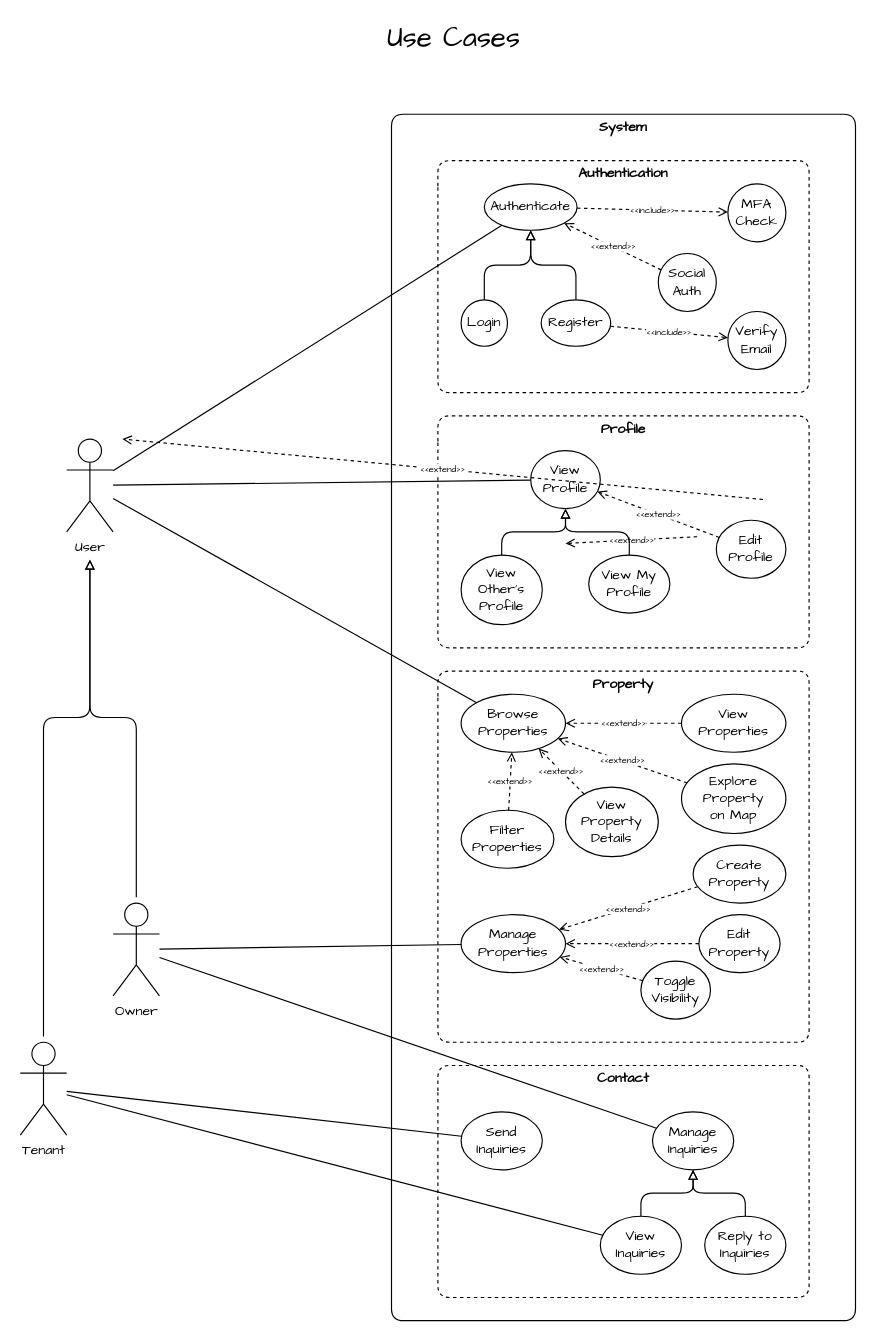
Earlier version of the draw.io diagram page "UC" (1 of 4) of docs/architecture/architecture.drawio (agile-factory/kernel). Source tidied: cells renumbered, new cells numbered last; positions are measured from the earlier drawing's top-left corner, leaving out a move shared by most shapes. Both pictures are drawn from the tidied source at 116%, with x=0, y=0 at pixel (20, 21).
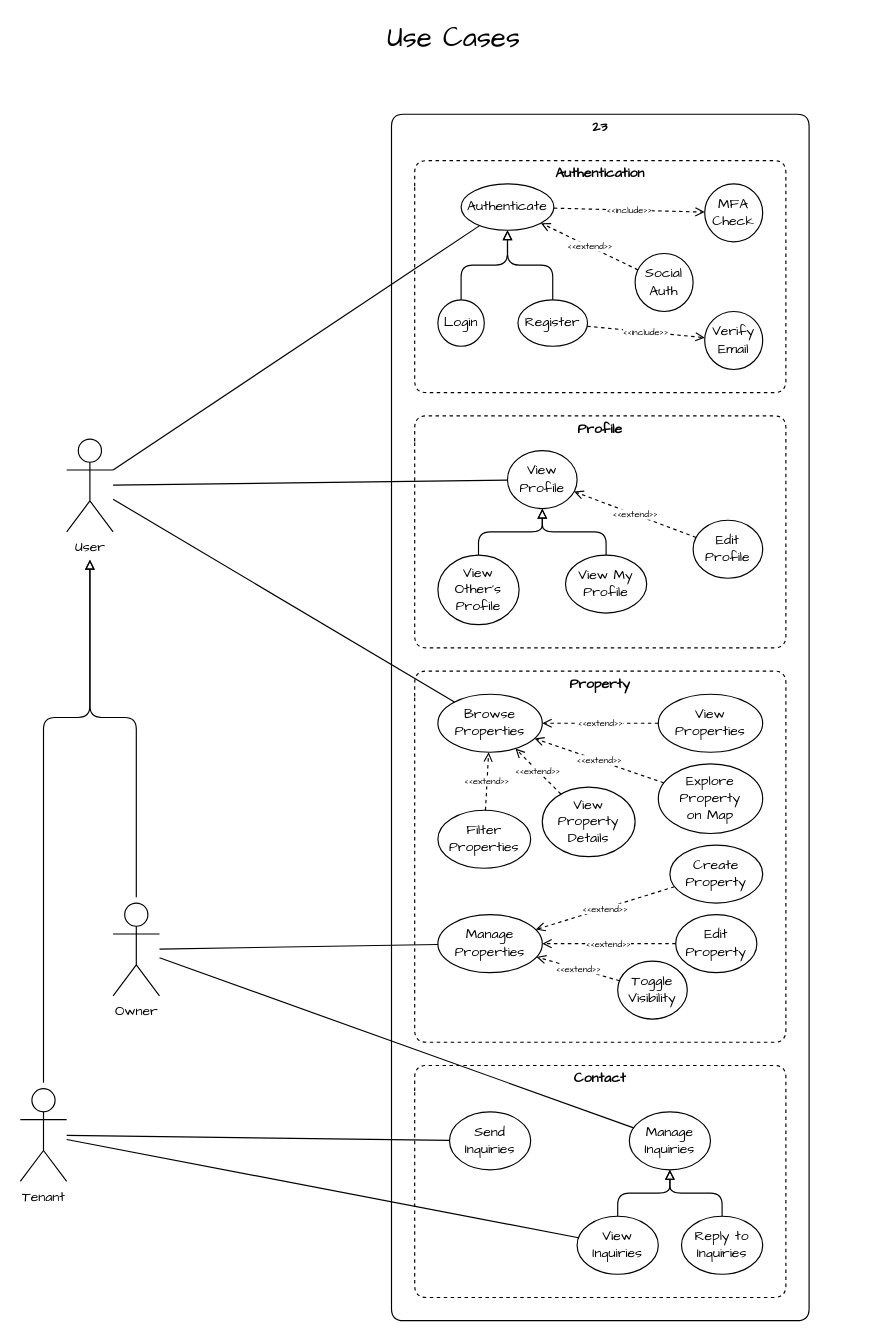
The same diagram, later.

The change refers to these unchanged cells:
```xml
<mxCell id="4" value="Authenticate" style="ellipse;whiteSpace=wrap;html=1;fontFamily=Architects Daughter;" parent="3" vertex="1">
  <mxGeometry x="40" y="20" width="80" height="40" as="geometry" />
</mxCell>
<mxCell id="5" value="Login" style="ellipse;whiteSpace=wrap;html=1;fontFamily=Architects Daughter;" parent="3" vertex="1">
  <mxGeometry x="20" y="120" width="40" height="40" as="geometry" />
</mxCell>
<mxCell id="6" value="Register" style="ellipse;whiteSpace=wrap;html=1;fontFamily=Architects Daughter;" parent="3" vertex="1">
  <mxGeometry x="89" y="120" width="60" height="40" as="geometry" />
</mxCell>
<mxCell id="7" value="Social Auth" style="ellipse;whiteSpace=wrap;html=1;fontFamily=Architects Daughter;" parent="3" vertex="1">
  <mxGeometry x="190" y="80" width="50" height="50" as="geometry" />
</mxCell>
<mxCell id="8" value="Verify Email" style="ellipse;whiteSpace=wrap;html=1;fontFamily=Architects Daughter;" parent="3" vertex="1">
  <mxGeometry x="250" y="130" width="50" height="50" as="geometry" />
</mxCell>
<mxCell id="9" value="MFA Check" style="ellipse;whiteSpace=wrap;html=1;fontFamily=Architects Daughter;" parent="3" vertex="1">
  <mxGeometry x="250" y="20" width="50" height="50" as="geometry" />
</mxCell>
<mxCell id="11" value="Browse Properties" style="ellipse;whiteSpace=wrap;html=1;fontFamily=Architects Daughter;" parent="10" vertex="1">
  <mxGeometry x="20" y="20" width="90" height="50" as="geometry" />
</mxCell>
<mxCell id="12" value="View Properties" style="ellipse;whiteSpace=wrap;html=1;fontFamily=Architects Daughter;" parent="10" vertex="1">
  <mxGeometry x="210" y="20" width="90" height="50" as="geometry" />
</mxCell>
<mxCell id="13" value="Filter Properties" style="ellipse;whiteSpace=wrap;html=1;fontFamily=Architects Daughter;" parent="10" vertex="1">
  <mxGeometry x="20" y="120" width="80" height="50" as="geometry" />
</mxCell>
<mxCell id="14" value="View Property Details" style="ellipse;whiteSpace=wrap;html=1;fontFamily=Architects Daughter;" parent="10" vertex="1">
  <mxGeometry x="110" y="100" width="80" height="60" as="geometry" />
</mxCell>
<mxCell id="15" value="Explore Property&lt;div&gt;on Map&lt;/div&gt;" style="ellipse;whiteSpace=wrap;html=1;fontFamily=Architects Daughter;" parent="10" vertex="1">
  <mxGeometry x="210" y="80" width="90" height="60" as="geometry" />
</mxCell>
<mxCell id="16" value="Manage&lt;div&gt;Properties&lt;/div&gt;" style="ellipse;whiteSpace=wrap;html=1;fontFamily=Architects Daughter;" parent="10" vertex="1">
  <mxGeometry x="20" y="210" width="90" height="50" as="geometry" />
</mxCell>
<mxCell id="17" value="Toggle Visibility" style="ellipse;whiteSpace=wrap;html=1;fontFamily=Architects Daughter;" parent="10" vertex="1">
  <mxGeometry x="175" y="250" width="60" height="50" as="geometry" />
</mxCell>
<mxCell id="18" value="Create Property" style="ellipse;whiteSpace=wrap;html=1;fontFamily=Architects Daughter;" parent="10" vertex="1">
  <mxGeometry x="220" y="150" width="80" height="50" as="geometry" />
</mxCell>
<mxCell id="19" value="Edit Property" style="ellipse;whiteSpace=wrap;html=1;fontFamily=Architects Daughter;" parent="10" vertex="1">
  <mxGeometry x="225" y="210" width="70" height="50" as="geometry" />
</mxCell>
<mxCell id="21" value="Manage&lt;div&gt;Inquiries&lt;/div&gt;" style="ellipse;whiteSpace=wrap;html=1;fontFamily=Architects Daughter;" parent="20" vertex="1">
  <mxGeometry x="185" y="40" width="70" height="50" as="geometry" />
</mxCell>
<mxCell id="22" value="View Inquiries" style="ellipse;whiteSpace=wrap;html=1;fontFamily=Architects Daughter;" parent="20" vertex="1">
  <mxGeometry x="140" y="130" width="70" height="50" as="geometry" />
</mxCell>
<mxCell id="23" value="&lt;div&gt;Reply to Inquiries&lt;/div&gt;" style="ellipse;whiteSpace=wrap;html=1;fontFamily=Architects Daughter;" parent="20" vertex="1">
  <mxGeometry x="230" y="130" width="70" height="50" as="geometry" />
</mxCell>
<mxCell id="26" value="View Profile" style="ellipse;whiteSpace=wrap;html=1;fontFamily=Architects Daughter;" parent="25" vertex="1">
  <mxGeometry x="80" y="30" width="60" height="50" as="geometry" />
</mxCell>
<mxCell id="27" value="View My Profile" style="ellipse;whiteSpace=wrap;html=1;fontFamily=Architects Daughter;" parent="25" vertex="1">
  <mxGeometry x="130" y="120" width="70" height="50" as="geometry" />
</mxCell>
<mxCell id="28" value="View Other's Profile" style="ellipse;whiteSpace=wrap;html=1;fontFamily=Architects Daughter;" parent="25" vertex="1">
  <mxGeometry x="20" y="120" width="70" height="60" as="geometry" />
</mxCell>
<mxCell id="29" value="Edit Profile" style="ellipse;whiteSpace=wrap;html=1;fontFamily=Architects Daughter;" parent="25" vertex="1">
  <mxGeometry x="240" y="90" width="60" height="50" as="geometry" />
</mxCell>
<mxCell id="32" value="Owner" style="shape=umlActor;verticalLabelPosition=bottom;verticalAlign=top;html=1;outlineConnect=0;fontFamily=Architects Daughter;" parent="1" vertex="1">
  <mxGeometry x="80" y="760" width="40" height="80" as="geometry" />
</mxCell>
<mxCell id="33" value="User" style="shape=umlActor;verticalLabelPosition=bottom;verticalAlign=top;html=1;outlineConnect=0;fontFamily=Architects Daughter;" parent="1" vertex="1">
  <mxGeometry x="40" y="360" width="40" height="80" as="geometry" />
</mxCell>
```

The edit, as a diff of the source:
```diff
@@
-    <mxCell id="2" value="System" style="swimlane;whiteSpace=wrap;html=1;fontFamily=Architects Daughter;fillColor=none;swimlaneLine=0;rounded=1;" parent="1" vertex="1">
-      <mxGeometry x="320" y="80" width="400" height="1040" as="geometry" />
+    <mxCell id="2" value="23" style="swimlane;whiteSpace=wrap;html=1;fontFamily=Architects Daughter;fillColor=none;swimlaneLine=0;rounded=1;" parent="1" vertex="1">
+      <mxGeometry x="320" y="80" width="360" height="1040" as="geometry" />
     </mxCell>
     <mxCell id="3" value="Authentication" style="swimlane;whiteSpace=wrap;html=1;fontFamily=Architects Daughter;fillColor=none;swimlaneLine=0;rounded=1;dashed=1;" parent="2" vertex="1">
-      <mxGeometry x="40" y="40" width="320" height="200" as="geometry" />
+      <mxGeometry x="20" y="40" width="320" height="200" as="geometry" />
     </mxCell>
@@
     <mxCell id="10" value="Property" style="swimlane;whiteSpace=wrap;html=1;fontFamily=Architects Daughter;fillColor=none;swimlaneLine=0;rounded=1;dashed=1;" parent="2" vertex="1">
-      <mxGeometry x="40" y="480" width="320" height="320" as="geometry" />
+      <mxGeometry x="20" y="480" width="320" height="320" as="geometry" />
     </mxCell>
@@
     <mxCell id="20" value="Contact" style="swimlane;whiteSpace=wrap;html=1;fontFamily=Architects Daughter;fillColor=none;swimlaneLine=0;rounded=1;dashed=1;" parent="2" vertex="1">
-      <mxGeometry x="40" y="820" width="320" height="200" as="geometry" />
+      <mxGeometry x="20" y="820" width="320" height="200" as="geometry" />
     </mxCell>
@@
     <mxCell id="24" value="Send&lt;div&gt;Inquiries&lt;/div&gt;" style="ellipse;whiteSpace=wrap;html=1;fontFamily=Architects Daughter;" parent="20" vertex="1">
-      <mxGeometry x="20" y="40" width="70" height="50" as="geometry" />
+      <mxGeometry x="30" y="40" width="70" height="50" as="geometry" />
     </mxCell>
     <mxCell id="25" value="Profile" style="swimlane;whiteSpace=wrap;html=1;fontFamily=Architects Daughter;fillColor=none;swimlaneLine=0;rounded=1;dashed=1;" parent="2" vertex="1">
-      <mxGeometry x="40" y="260" width="320" height="200" as="geometry" />
+      <mxGeometry x="20" y="260" width="320" height="200" as="geometry" />
     </mxCell>
@@
     <mxCell id="30" value="Tenant" style="shape=umlActor;verticalLabelPosition=bottom;verticalAlign=top;html=1;outlineConnect=0;fontFamily=Architects Daughter;" parent="1" vertex="1">
-      <mxGeometry y="880" width="40" height="80" as="geometry" />
+      <mxGeometry y="920" width="40" height="80" as="geometry" />
     </mxCell>
@@
-    <mxCell id="35" value="&amp;lt;&amp;lt;extend&amp;gt;&amp;gt;" style="endArrow=open;endSize=6;dashed=1;html=1;rounded=0;fontFamily=Architects Daughter;flowAnimation=1;fontSize=8;" parent="34" edge="1">
-      <mxGeometry relative="1" as="geometry">
-        <mxPoint x="640.2" y="412.1" as="sourcePoint" />
-        <mxPoint x="88" y="360" as="targetPoint" />
-      </mxGeometry>
-    </mxCell>
-    <mxCell id="36" value="&amp;lt;&amp;lt;extend&amp;gt;&amp;gt;" style="endArrow=open;endSize=6;dashed=1;html=1;rounded=0;fontFamily=Architects Daughter;flowAnimation=1;fontSize=8;" parent="34" edge="1">
-      <mxGeometry relative="1" as="geometry">
-        <mxPoint x="583.5" y="444.2" as="sourcePoint" />
-        <mxPoint x="470" y="450" as="targetPoint" />
-      </mxGeometry>
-    </mxCell>
-    <mxCell id="37" value="&amp;lt;&amp;lt;include&amp;gt;&amp;gt;" style="endArrow=open;endSize=6;dashed=1;html=1;rounded=0;fontFamily=Architects Daughter;flowAnimation=0;fontSize=8;" parent="34" edge="1" source="4" target="9">
+    <mxCell id="37" value="&amp;lt;&amp;lt;include&amp;gt;&amp;gt;" style="endArrow=open;endSize=6;dashed=1;html=1;rounded=0;fontFamily=Architects Daughter;flowAnimation=1;fontSize=8;" parent="34" edge="1" source="4" target="9">
       <mxGeometry relative="1" as="geometry" />
     </mxCell>
-    <mxCell id="38" value="&amp;lt;&amp;lt;extend&amp;gt;&amp;gt;" style="endArrow=open;endSize=6;dashed=1;html=1;rounded=0;fontFamily=Architects Daughter;flowAnimation=0;fontSize=8;" parent="34" edge="1" source="7" target="4">
+    <mxCell id="38" value="&amp;lt;&amp;lt;extend&amp;gt;&amp;gt;" style="endArrow=open;endSize=6;dashed=1;html=1;rounded=0;fontFamily=Architects Daughter;flowAnimation=1;fontSize=8;" parent="34" edge="1" source="7" target="4">
       <mxGeometry relative="1" as="geometry" />
     </mxCell>
-    <mxCell id="39" value="&amp;lt;&amp;lt;include&amp;gt;&amp;gt;" style="endArrow=open;endSize=6;dashed=1;html=1;rounded=0;fontFamily=Architects Daughter;flowAnimation=0;fontSize=8;" parent="34" edge="1" source="6" target="8">
+    <mxCell id="39" value="&amp;lt;&amp;lt;include&amp;gt;&amp;gt;" style="endArrow=open;endSize=6;dashed=1;html=1;rounded=0;fontFamily=Architects Daughter;flowAnimation=1;fontSize=8;" parent="34" edge="1" source="6" target="8">
       <mxGeometry relative="1" as="geometry" />
     </mxCell>
-    <mxCell id="40" value="&amp;lt;&amp;lt;extend&amp;gt;&amp;gt;" style="endArrow=open;endSize=6;dashed=1;html=1;rounded=0;fontFamily=Architects Daughter;flowAnimation=0;fontSize=8;" parent="34" edge="1" source="29" target="26">
+    <mxCell id="40" value="&amp;lt;&amp;lt;extend&amp;gt;&amp;gt;" style="endArrow=open;endSize=6;dashed=1;html=1;rounded=0;fontFamily=Architects Daughter;flowAnimation=1;fontSize=8;" parent="34" edge="1" source="29" target="26">
       <mxGeometry relative="1" as="geometry" />
     </mxCell>
-    <mxCell id="41" style="endArrow=block;endSize=6;endFill=0;html=1;rounded=1;edgeStyle=orthogonalEdgeStyle;curved=0;flowAnimation=0;" parent="34" edge="1" source="27" target="26">
+    <mxCell id="41" style="endArrow=block;endSize=6;endFill=0;html=1;rounded=1;edgeStyle=orthogonalEdgeStyle;curved=0;flowAnimation=1;" parent="34" edge="1" source="27" target="26">
       <mxGeometry relative="1" as="geometry" />
     </mxCell>
-    <mxCell id="42" style="endArrow=block;endSize=6;endFill=0;html=1;rounded=1;edgeStyle=orthogonalEdgeStyle;curved=0;flowAnimation=0;" parent="34" edge="1" source="28" target="26">
+    <mxCell id="42" style="endArrow=block;endSize=6;endFill=0;html=1;rounded=1;edgeStyle=orthogonalEdgeStyle;curved=0;flowAnimation=1;" parent="34" edge="1" source="28" target="26">
       <mxGeometry relative="1" as="geometry" />
     </mxCell>
-    <mxCell id="43" value="&amp;lt;&amp;lt;extend&amp;gt;&amp;gt;" style="endArrow=open;endSize=6;dashed=1;html=1;rounded=0;fontFamily=Architects Daughter;flowAnimation=0;fontSize=8;" parent="34" edge="1" source="12" target="11">
+    <mxCell id="43" value="&amp;lt;&amp;lt;extend&amp;gt;&amp;gt;" style="endArrow=open;endSize=6;dashed=1;html=1;rounded=0;fontFamily=Architects Daughter;flowAnimation=1;fontSize=8;" parent="34" edge="1" source="12" target="11">
       <mxGeometry relative="1" as="geometry" />
     </mxCell>
-    <mxCell id="44" value="&amp;lt;&amp;lt;extend&amp;gt;&amp;gt;" style="endArrow=open;endSize=6;dashed=1;html=1;rounded=0;fontFamily=Architects Daughter;flowAnimation=0;fontSize=8;" parent="34" edge="1" source="15" target="11">
+    <mxCell id="44" value="&amp;lt;&amp;lt;extend&amp;gt;&amp;gt;" style="endArrow=open;endSize=6;dashed=1;html=1;rounded=0;fontFamily=Architects Daughter;flowAnimation=1;fontSize=8;" parent="34" edge="1" source="15" target="11">
       <mxGeometry relative="1" as="geometry" />
     </mxCell>
-    <mxCell id="45" value="&amp;lt;&amp;lt;extend&amp;gt;&amp;gt;" style="endArrow=open;endSize=6;dashed=1;html=1;rounded=0;fontFamily=Architects Daughter;flowAnimation=0;fontSize=8;" parent="34" edge="1" source="14" target="11">
+    <mxCell id="45" value="&amp;lt;&amp;lt;extend&amp;gt;&amp;gt;" style="endArrow=open;endSize=6;dashed=1;html=1;rounded=0;fontFamily=Architects Daughter;flowAnimation=1;fontSize=8;" parent="34" edge="1" source="14" target="11">
       <mxGeometry relative="1" as="geometry" />
     </mxCell>
-    <mxCell id="46" value="&amp;lt;&amp;lt;extend&amp;gt;&amp;gt;" style="endArrow=open;endSize=6;dashed=1;html=1;rounded=0;fontFamily=Architects Daughter;flowAnimation=0;fontSize=8;" parent="34" edge="1" source="13" target="11">
+    <mxCell id="46" value="&amp;lt;&amp;lt;extend&amp;gt;&amp;gt;" style="endArrow=open;endSize=6;dashed=1;html=1;rounded=0;fontFamily=Architects Daughter;flowAnimation=1;fontSize=8;" parent="34" edge="1" source="13" target="11">
       <mxGeometry relative="1" as="geometry" />
     </mxCell>
-    <mxCell id="47" value="&amp;lt;&amp;lt;extend&amp;gt;&amp;gt;" style="endArrow=open;endSize=6;dashed=1;html=1;rounded=0;fontFamily=Architects Daughter;flowAnimation=0;fontSize=8;" parent="34" edge="1" source="18" target="16">
+    <mxCell id="47" value="&amp;lt;&amp;lt;extend&amp;gt;&amp;gt;" style="endArrow=open;endSize=6;dashed=1;html=1;rounded=0;fontFamily=Architects Daughter;flowAnimation=1;fontSize=8;" parent="34" edge="1" source="18" target="16">
       <mxGeometry relative="1" as="geometry" />
     </mxCell>
-    <mxCell id="48" value="&amp;lt;&amp;lt;extend&amp;gt;&amp;gt;" style="endArrow=open;endSize=6;dashed=1;html=1;rounded=0;fontFamily=Architects Daughter;flowAnimation=0;fontSize=8;" parent="34" edge="1" source="19" target="16">
+    <mxCell id="48" value="&amp;lt;&amp;lt;extend&amp;gt;&amp;gt;" style="endArrow=open;endSize=6;dashed=1;html=1;rounded=0;fontFamily=Architects Daughter;flowAnimation=1;fontSize=8;" parent="34" edge="1" source="19" target="16">
       <mxGeometry relative="1" as="geometry" />
     </mxCell>
-    <mxCell id="49" value="&amp;lt;&amp;lt;extend&amp;gt;&amp;gt;" style="endArrow=open;endSize=6;dashed=1;html=1;rounded=0;fontFamily=Architects Daughter;flowAnimation=0;fontSize=8;" parent="34" edge="1" source="17" target="16">
+    <mxCell id="49" value="&amp;lt;&amp;lt;extend&amp;gt;&amp;gt;" style="endArrow=open;endSize=6;dashed=1;html=1;rounded=0;fontFamily=Architects Daughter;flowAnimation=1;fontSize=8;" parent="34" edge="1" source="17" target="16">
       <mxGeometry relative="1" as="geometry" />
     </mxCell>
-    <mxCell id="50" style="endArrow=block;endSize=6;endFill=0;html=1;rounded=1;edgeStyle=orthogonalEdgeStyle;curved=0;flowAnimation=0;" parent="34" edge="1" source="22" target="21">
+    <mxCell id="50" style="endArrow=block;endSize=6;endFill=0;html=1;rounded=1;edgeStyle=orthogonalEdgeStyle;curved=0;flowAnimation=1;" parent="34" edge="1" source="22" target="21">
       <mxGeometry relative="1" as="geometry" />
     </mxCell>
-    <mxCell id="51" style="endArrow=block;endSize=6;endFill=0;html=1;rounded=1;edgeStyle=orthogonalEdgeStyle;curved=0;flowAnimation=0;" parent="34" edge="1" source="23" target="21">
+    <mxCell id="51" style="endArrow=block;endSize=6;endFill=0;html=1;rounded=1;edgeStyle=orthogonalEdgeStyle;curved=0;flowAnimation=1;" parent="34" edge="1" source="23" target="21">
       <mxGeometry relative="1" as="geometry" />
     </mxCell>
-    <mxCell id="52" style="endArrow=block;endSize=6;endFill=0;html=1;rounded=1;edgeStyle=orthogonalEdgeStyle;curved=0;flowAnimation=0;" parent="34" edge="1" source="5" target="4">
+    <mxCell id="52" style="endArrow=block;endSize=6;endFill=0;html=1;rounded=1;edgeStyle=orthogonalEdgeStyle;curved=0;flowAnimation=1;" parent="34" edge="1" source="5" target="4">
       <mxGeometry relative="1" as="geometry" />
     </mxCell>
-    <mxCell id="53" style="endArrow=block;endSize=6;endFill=0;html=1;rounded=1;edgeStyle=orthogonalEdgeStyle;curved=0;flowAnimation=0;" parent="34" edge="1" source="6" target="4">
+    <mxCell id="53" style="endArrow=block;endSize=6;endFill=0;html=1;rounded=1;edgeStyle=orthogonalEdgeStyle;curved=0;flowAnimation=1;" parent="34" edge="1" source="6" target="4">
       <mxGeometry relative="1" as="geometry" />
     </mxCell>
-    <mxCell id="54" style="endArrow=none;html=1;rounded=0;fontFamily=Architects Daughter;flowAnimation=0;" parent="34" edge="1" source="33" target="4">
+    <mxCell id="54" style="endArrow=none;html=1;rounded=0;fontFamily=Architects Daughter;flowAnimation=1;" parent="34" edge="1" source="33" target="4">
       <mxGeometry relative="1" as="geometry" />
     </mxCell>
-    <mxCell id="55" style="endArrow=none;html=1;rounded=0;fontFamily=Architects Daughter;flowAnimation=0;" parent="34" edge="1" source="33" target="26">
+    <mxCell id="55" style="endArrow=none;html=1;rounded=0;fontFamily=Architects Daughter;flowAnimation=1;" parent="34" edge="1" source="33" target="26">
       <mxGeometry relative="1" as="geometry" />
     </mxCell>
-    <mxCell id="56" style="endArrow=none;html=1;rounded=0;fontFamily=Architects Daughter;flowAnimation=0;" parent="34" edge="1" source="33" target="11">
+    <mxCell id="56" style="endArrow=none;html=1;rounded=0;fontFamily=Architects Daughter;flowAnimation=1;" parent="34" edge="1" source="33" target="11">
       <mxGeometry relative="1" as="geometry" />
     </mxCell>
-    <mxCell id="57" style="endArrow=block;endSize=6;endFill=0;html=1;rounded=1;edgeStyle=orthogonalEdgeStyle;curved=0;flowAnimation=0;sourcePerimeterSpacing=5;targetPerimeterSpacing=24;" parent="34" edge="1" source="32" target="33">
+    <mxCell id="57" style="endArrow=block;endSize=6;endFill=0;html=1;rounded=1;edgeStyle=orthogonalEdgeStyle;curved=0;flowAnimation=1;sourcePerimeterSpacing=5;targetPerimeterSpacing=24;" parent="34" edge="1" source="32" target="33">
       <mxGeometry relative="1" as="geometry" />
     </mxCell>
-    <mxCell id="58" style="endArrow=block;endSize=6;endFill=0;html=1;rounded=1;edgeStyle=orthogonalEdgeStyle;curved=0;flowAnimation=0;sourcePerimeterSpacing=5;targetPerimeterSpacing=24;" parent="34" edge="1" source="30" target="33">
+    <mxCell id="58" style="endArrow=block;endSize=6;endFill=0;html=1;rounded=1;edgeStyle=orthogonalEdgeStyle;curved=0;flowAnimation=1;sourcePerimeterSpacing=5;targetPerimeterSpacing=24;" parent="34" edge="1" source="30" target="33">
       <mxGeometry relative="1" as="geometry">
         <Array as="points">
           <mxPoint x="20" y="600" />
           <mxPoint x="60" y="600" />
         </Array>
       </mxGeometry>
     </mxCell>
-    <mxCell id="59" style="endArrow=none;html=1;rounded=0;fontFamily=Architects Daughter;flowAnimation=0;" parent="34" edge="1" source="32" target="16">
+    <mxCell id="59" style="endArrow=none;html=1;rounded=0;fontFamily=Architects Daughter;flowAnimation=1;" parent="34" edge="1" source="32" target="16">
       <mxGeometry relative="1" as="geometry" />
     </mxCell>
-    <mxCell id="60" style="endArrow=none;html=1;rounded=0;fontFamily=Architects Daughter;flowAnimation=0;" parent="34" edge="1" source="32" target="21">
+    <mxCell id="60" style="endArrow=none;html=1;rounded=0;fontFamily=Architects Daughter;flowAnimation=1;" parent="34" edge="1" source="32" target="21">
       <mxGeometry relative="1" as="geometry" />
     </mxCell>
-    <mxCell id="61" style="endArrow=none;html=1;rounded=0;fontFamily=Architects Daughter;flowAnimation=0;" parent="34" edge="1" source="30" target="24">
+    <mxCell id="61" style="endArrow=none;html=1;rounded=0;fontFamily=Architects Daughter;flowAnimation=1;" parent="34" edge="1" source="30" target="24">
       <mxGeometry relative="1" as="geometry" />
     </mxCell>
-    <mxCell id="62" style="endArrow=none;html=1;rounded=0;fontFamily=Architects Daughter;flowAnimation=0;" parent="34" edge="1" source="30" target="22">
+    <mxCell id="62" style="endArrow=none;html=1;rounded=0;fontFamily=Architects Daughter;flowAnimation=1;" parent="34" edge="1" source="30" target="22">
       <mxGeometry relative="1" as="geometry" />
     </mxCell>
```
